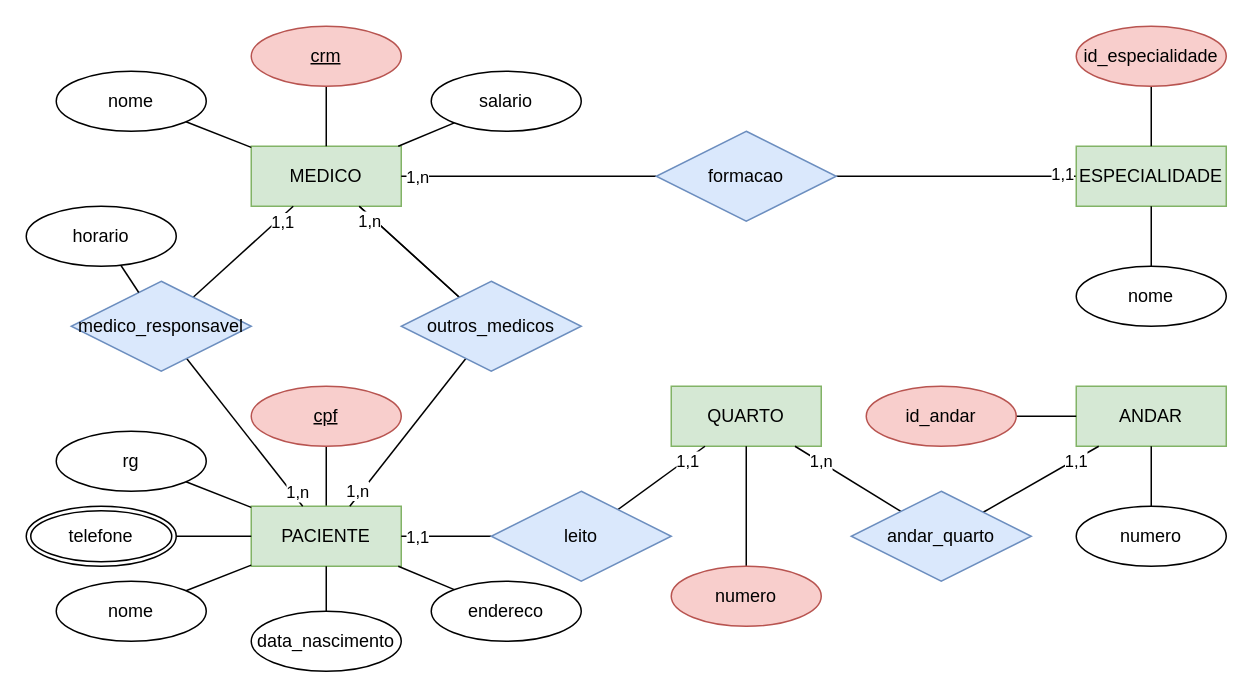
The draw.io diagram ac1-minimundo-clinica.drawio in AristoEinstein/db-fundamentals, before the edit. Source tidied: cells renumbered, new cells numbered last; positions are measured from the earlier drawing's top-left corner, leaving out a move shared by most shapes. Both pictures are drawn from the tidied source at 150%, with x=0, y=0 at pixel (26, 26).
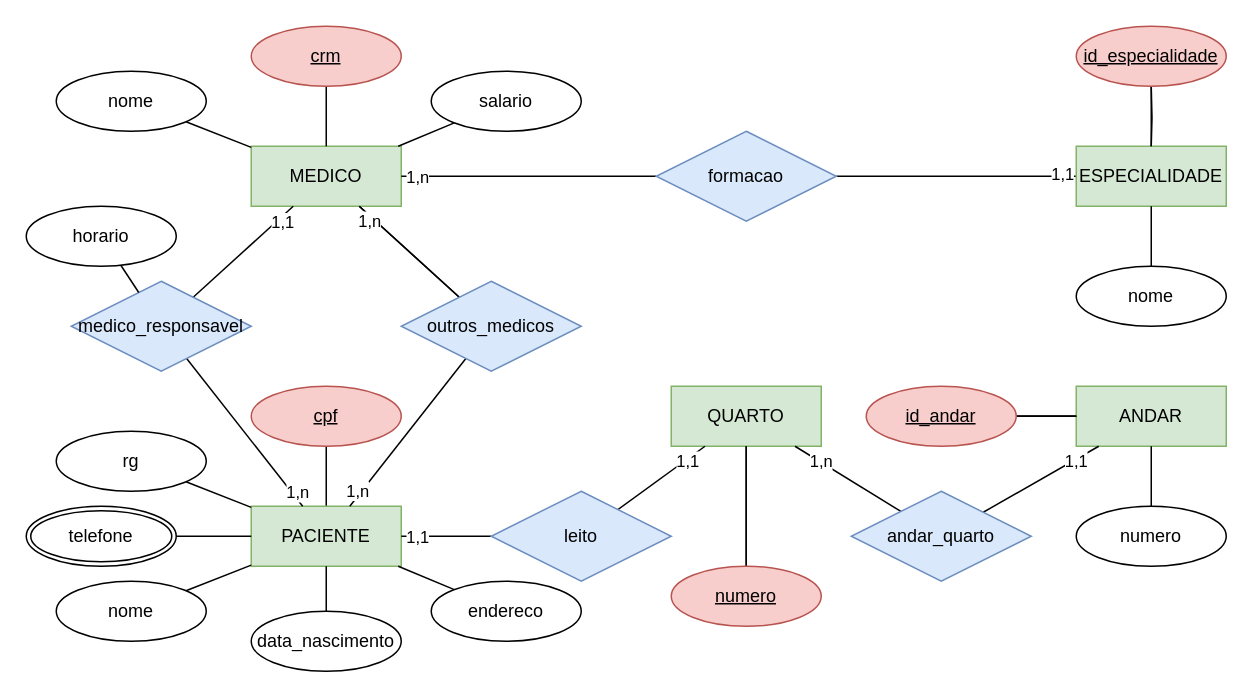
The same diagram, later.

Commit message:
compliquei muito já já trago outro mais simples.drawio

Unchanged cells that the change refers to:
```xml
<mxCell id="21" value="ESPECIALIDADE" style="whiteSpace=wrap;html=1;align=center;fillColor=#d5e8d4;strokeColor=#82b366;" parent="1" vertex="1">
  <mxGeometry x="700" y="80" width="100" height="40" as="geometry" />
</mxCell>
<mxCell id="24" value="QUARTO" style="whiteSpace=wrap;html=1;align=center;fillColor=#d5e8d4;strokeColor=#82b366;" parent="1" vertex="1">
  <mxGeometry x="430" y="240" width="100" height="40" as="geometry" />
</mxCell>
<mxCell id="39" value="ANDAR" style="whiteSpace=wrap;html=1;align=center;fillColor=#d5e8d4;strokeColor=#82b366;" parent="1" vertex="1">
  <mxGeometry x="700" y="240" width="100" height="40" as="geometry" />
</mxCell>
```

Diff of the diagram source:
```diff
@@
-    <mxCell id="37" style="edgeStyle=none;rounded=0;jettySize=auto;html=1;startArrow=none;startFill=0;endArrow=none;endFill=0;" parent="1" edge="1" source="38" target="24">
-      <mxGeometry relative="1" as="geometry" />
+    <mxCell id="37" style="edgeStyle=none;rounded=0;jettySize=auto;html=1;startArrow=none;startFill=0;endArrow=none;endFill=0;" parent="1" edge="1" target="24">
+      <mxGeometry relative="1" as="geometry">
+        <mxPoint x="480" y="360" as="sourcePoint" />
+      </mxGeometry>
     </mxCell>
-    <mxCell id="38" value="numero" style="ellipse;whiteSpace=wrap;html=1;align=center;fillColor=#f8cecc;strokeColor=#b85450;" parent="1" vertex="1">
-      <mxGeometry x="430" y="360" width="100" height="40" as="geometry" />
-    </mxCell>
@@
-    <mxCell id="45" style="edgeStyle=none;rounded=0;jettySize=auto;html=1;startArrow=none;startFill=0;endArrow=none;endFill=0;" parent="1" edge="1" source="46" target="39">
-      <mxGeometry relative="1" as="geometry" />
+    <mxCell id="45" style="edgeStyle=none;rounded=0;jettySize=auto;html=1;startArrow=none;startFill=0;endArrow=none;endFill=0;" parent="1" edge="1" target="39">
+      <mxGeometry relative="1" as="geometry">
+        <mxPoint x="660" y="260" as="sourcePoint" />
+      </mxGeometry>
     </mxCell>
-    <mxCell id="46" value="id_andar" style="ellipse;whiteSpace=wrap;html=1;align=center;fillColor=#f8cecc;strokeColor=#b85450;" parent="1" vertex="1">
-      <mxGeometry x="560" y="240" width="100" height="40" as="geometry" />
-    </mxCell>
@@
-    <mxCell id="58" style="edgeStyle=orthogonalEdgeStyle;rounded=0;jettySize=auto;html=1;endArrow=none;endFill=0;" parent="1" edge="1" source="59" target="21">
-      <mxGeometry relative="1" as="geometry" />
+    <mxCell id="58" style="edgeStyle=orthogonalEdgeStyle;rounded=0;jettySize=auto;html=1;endArrow=none;endFill=0;" parent="1" edge="1" target="21">
+      <mxGeometry relative="1" as="geometry">
+        <mxPoint x="750" y="40" as="sourcePoint" />
+      </mxGeometry>
     </mxCell>
-    <mxCell id="59" value="id_especialidade" style="ellipse;whiteSpace=wrap;html=1;align=center;fillColor=#f8cecc;strokeColor=#b85450;" parent="1" vertex="1">
-      <mxGeometry x="700" width="100" height="40" as="geometry" />
-    </mxCell>
@@
+    <mxCell id="64" style="edgeStyle=none;rounded=0;jettySize=auto;html=1;fontFamily=Helvetica;endArrow=none;endFill=0;" parent="1" edge="1" source="59" target="21">
+      <mxGeometry relative="1" as="geometry" />
+    </mxCell>
+    <mxCell id="59" value="id_especialidade" style="ellipse;whiteSpace=wrap;html=1;align=center;fontStyle=4;fontFamily=Helvetica;fillColor=#f8cecc;strokeColor=#b85450;" parent="1" vertex="1">
+      <mxGeometry x="700" width="100" height="40" as="geometry" />
+    </mxCell>
+    <mxCell id="65" style="edgeStyle=none;rounded=0;jettySize=auto;html=1;fontFamily=Helvetica;endArrow=none;endFill=0;" parent="1" edge="1" source="46" target="39">
+      <mxGeometry relative="1" as="geometry" />
+    </mxCell>
+    <mxCell id="66" style="edgeStyle=none;rounded=0;jettySize=auto;html=1;fontFamily=Helvetica;endArrow=none;endFill=0;" parent="1" edge="1" source="46" target="39">
+      <mxGeometry relative="1" as="geometry" />
+    </mxCell>
+    <mxCell id="46" value="id_andar" style="ellipse;whiteSpace=wrap;html=1;align=center;fontStyle=4;fontFamily=Helvetica;fillColor=#f8cecc;strokeColor=#b85450;" parent="1" vertex="1">
+      <mxGeometry x="560" y="240" width="100" height="40" as="geometry" />
+    </mxCell>
+    <mxCell id="67" style="edgeStyle=none;rounded=0;jettySize=auto;html=1;fontFamily=Helvetica;endArrow=none;endFill=0;" parent="1" edge="1" source="38" target="24">
+      <mxGeometry relative="1" as="geometry" />
+    </mxCell>
+    <mxCell id="38" value="numero&lt;br&gt;" style="ellipse;whiteSpace=wrap;html=1;align=center;fontStyle=4;fontFamily=Helvetica;fillColor=#f8cecc;strokeColor=#b85450;" parent="1" vertex="1">
+      <mxGeometry x="430" y="360" width="100" height="40" as="geometry" />
+    </mxCell>
```
